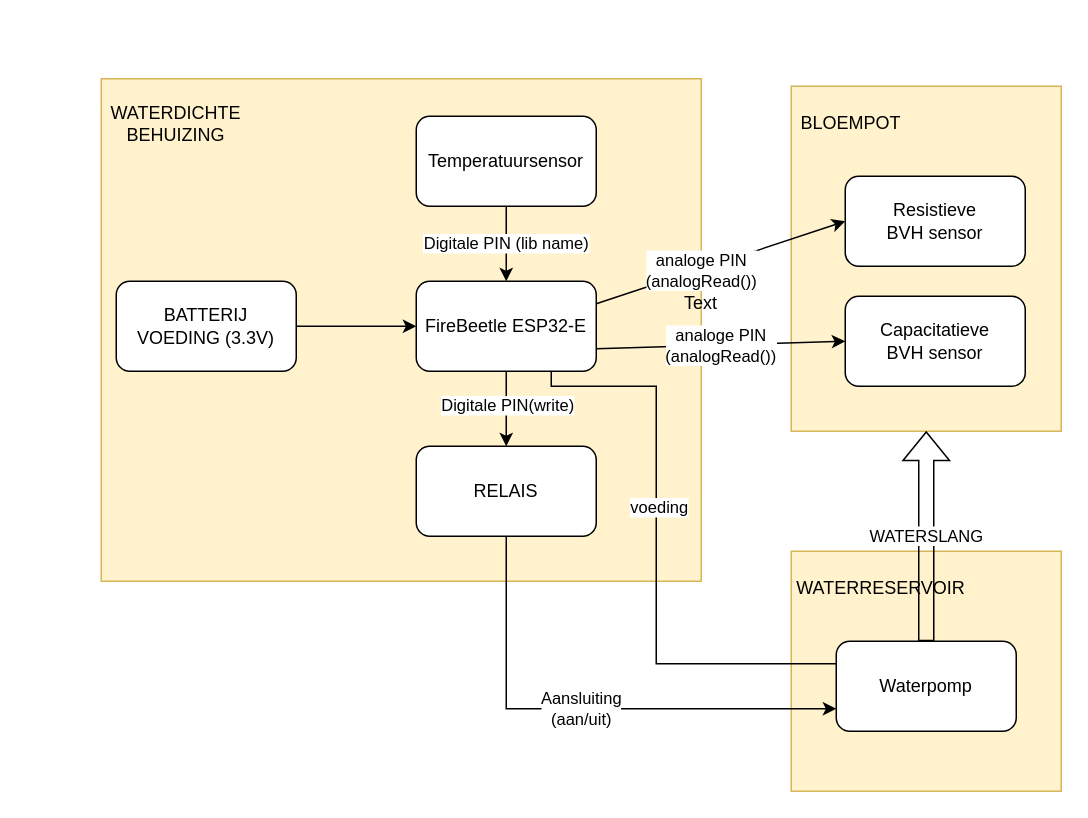
This is Plantbewateringssysteem.drawio from CruZxPog/GIP, a draw.io file, before an edit. Source tidied: cells renumbered, new cells numbered last; positions are measured from the earlier drawing's top-left corner, leaving out a move shared by most shapes. Both pictures are drawn from the tidied source at 150%, with x=0, y=0 at pixel (100, 78).
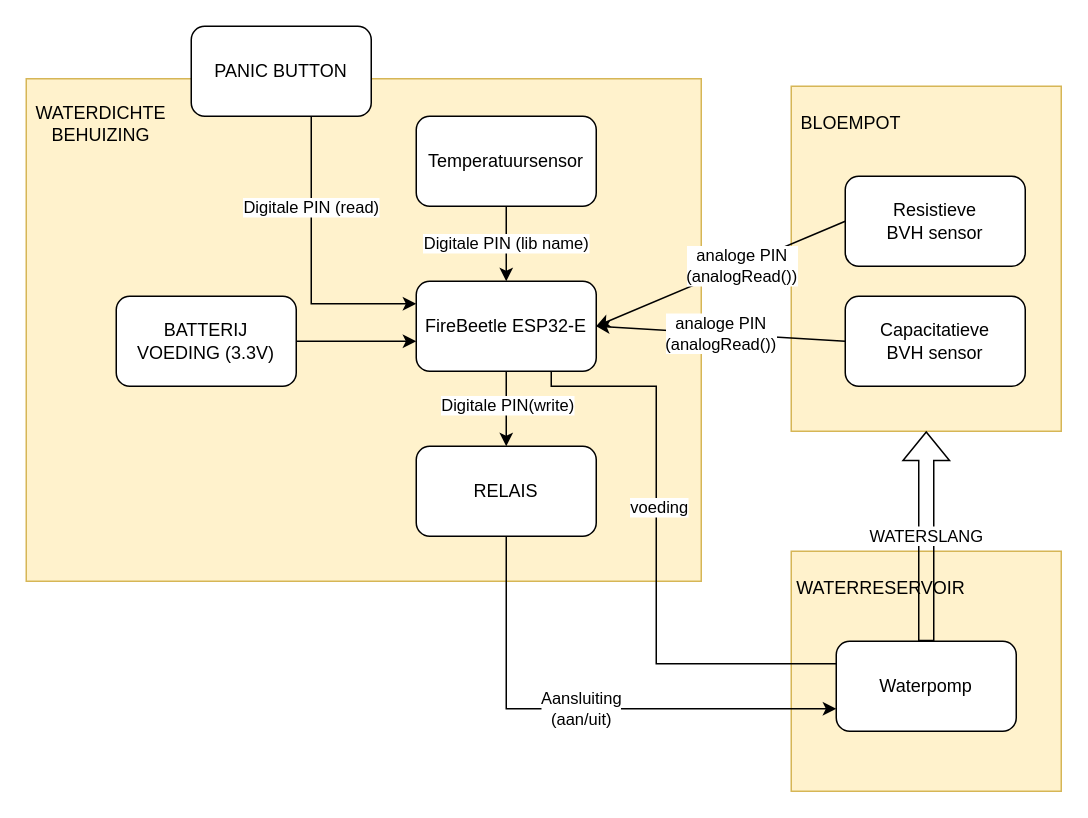
The same page after the edit.

Unchanged cells that the change refers to:
```xml
<mxCell id="9" value="FireBeetle ESP32&lt;span style=&quot;background-color: transparent; color: light-dark(rgb(0, 0, 0), rgb(255, 255, 255));&quot;&gt;-E&lt;/span&gt;" style="rounded=1;whiteSpace=wrap;html=1;" parent="1" vertex="1">
  <mxGeometry x="210" y="135" width="120" height="60" as="geometry" />
</mxCell>
<mxCell id="13" value="Resistieve BVH&amp;nbsp;&lt;span style=&quot;background-color: transparent; color: light-dark(rgb(0, 0, 0), rgb(255, 255, 255));&quot;&gt;sensor&lt;/span&gt;" style="rounded=1;whiteSpace=wrap;html=1;" parent="1" vertex="1">
  <mxGeometry x="496" y="65" width="120" height="60" as="geometry" />
</mxCell>
<mxCell id="14" value="Capacitatieve BVH&amp;nbsp;&lt;span style=&quot;background-color: transparent; color: light-dark(rgb(0, 0, 0), rgb(255, 255, 255));&quot;&gt;sensor&lt;/span&gt;" style="rounded=1;whiteSpace=wrap;html=1;" parent="1" vertex="1">
  <mxGeometry x="496" y="145" width="120" height="60" as="geometry" />
</mxCell>
```

What changed in the source:
```diff
@@
     <mxCell id="3" style="rounded=0;whiteSpace=wrap;html=1;fillColor=#fff2cc;strokeColor=#d6b656;" parent="1" vertex="1">
-      <mxGeometry width="400" height="335" as="geometry" />
+      <mxGeometry x="-50" width="450" height="335" as="geometry" />
     </mxCell>
     <mxCell id="4" value="&lt;div&gt;BATTERIJ&lt;/div&gt;VOEDING (3.3V)" style="rounded=1;whiteSpace=wrap;html=1;" parent="1" vertex="1">
-      <mxGeometry x="10" y="135" width="120" height="60" as="geometry" />
+      <mxGeometry x="10" y="145" width="120" height="60" as="geometry" />
     </mxCell>
@@
-    <mxCell id="15" style="endArrow=classic;html=1;rounded=0;exitX=1;exitY=0.5;exitDx=0;exitDy=0;entryX=0;entryY=0.5;entryDx=0;entryDy=0;" parent="1" edge="1" source="4" target="9">
-      <mxGeometry relative="1" as="geometry" />
+    <mxCell id="15" style="endArrow=classic;html=1;rounded=0;exitX=1;exitY=0.5;exitDx=0;exitDy=0;entryX=0;entryY=0.5;entryDx=0;entryDy=0;" parent="1" edge="1" source="4">
+      <mxGeometry relative="1" as="geometry">
+        <mxPoint x="210" y="175" as="targetPoint" />
+      </mxGeometry>
     </mxCell>
@@
-    <mxCell id="17" value="analoge PIN&lt;div&gt;(analogRead())&lt;/div&gt;" style="endArrow=classic;html=1;rounded=0;exitX=1;exitY=0.75;exitDx=0;exitDy=0;entryX=0;entryY=0.5;entryDx=0;entryDy=0;" parent="1" edge="1" source="9" target="14">
+    <mxCell id="17" value="analoge PIN&lt;div&gt;(analogRead())&lt;/div&gt;" style="endArrow=classic;html=1;rounded=0;exitX=0;exitY=0.5;exitDx=0;exitDy=0;entryX=1;entryY=0.5;entryDx=0;entryDy=0;" parent="1" edge="1" source="14" target="9">
       <mxGeometry relative="1" as="geometry" />
     </mxCell>
-    <mxCell id="18" style="endArrow=classic;html=1;rounded=0;exitX=1;exitY=0.25;exitDx=0;exitDy=0;entryX=0;entryY=0.5;entryDx=0;entryDy=0;" parent="1" edge="1" source="9" target="13">
+    <mxCell id="18" style="endArrow=classic;html=1;rounded=0;entryX=1;entryY=0.5;entryDx=0;entryDy=0;exitX=0;exitY=0.5;exitDx=0;exitDy=0;" parent="1" edge="1" source="13" target="9">
       <mxGeometry relative="1" as="geometry" />
     </mxCell>
@@
-    <mxCell id="20" value="Text" style="text;html=1;align=center;verticalAlign=middle;whiteSpace=wrap;rounded=0;" parent="1" vertex="1">
-      <mxGeometry x="370" y="135" width="60" height="30" as="geometry" />
-    </mxCell>
     <mxCell id="21" value="WATERDICHTE&lt;div&gt;BEHUIZING&lt;/div&gt;" style="text;html=1;align=center;verticalAlign=middle;whiteSpace=wrap;rounded=0;" parent="1" vertex="1">
-      <mxGeometry x="20" y="15" width="60" height="30" as="geometry" />
+      <mxGeometry x="-30" y="15" width="60" height="30" as="geometry" />
     </mxCell>
@@
+    <mxCell id="28" style="edgeStyle=orthogonalEdgeStyle;rounded=0;jettySize=auto;html=1;exitX=0.5;exitY=1;exitDx=0;exitDy=0;entryX=0;entryY=0.25;entryDx=0;entryDy=0;" parent="1" edge="1" source="30" target="9">
+      <mxGeometry relative="1" as="geometry">
+        <Array as="points">
+          <mxPoint x="140" y="25" />
+          <mxPoint x="140" y="150" />
+        </Array>
+      </mxGeometry>
+    </mxCell>
+    <mxCell id="29" value="Digitale PIN (read)" style="edgeLabel;html=1;align=center;verticalAlign=middle;" parent="28" vertex="1">
+      <mxGeometry x="-0.26" y="-1" relative="1" as="geometry" />
+    </mxCell>
+    <mxCell id="30" value="PANIC BUTTON" style="rounded=1;whiteSpace=wrap;html=1;" parent="1" vertex="1">
+      <mxGeometry x="60" y="-35" width="120" height="60" as="geometry" />
+    </mxCell>
```
